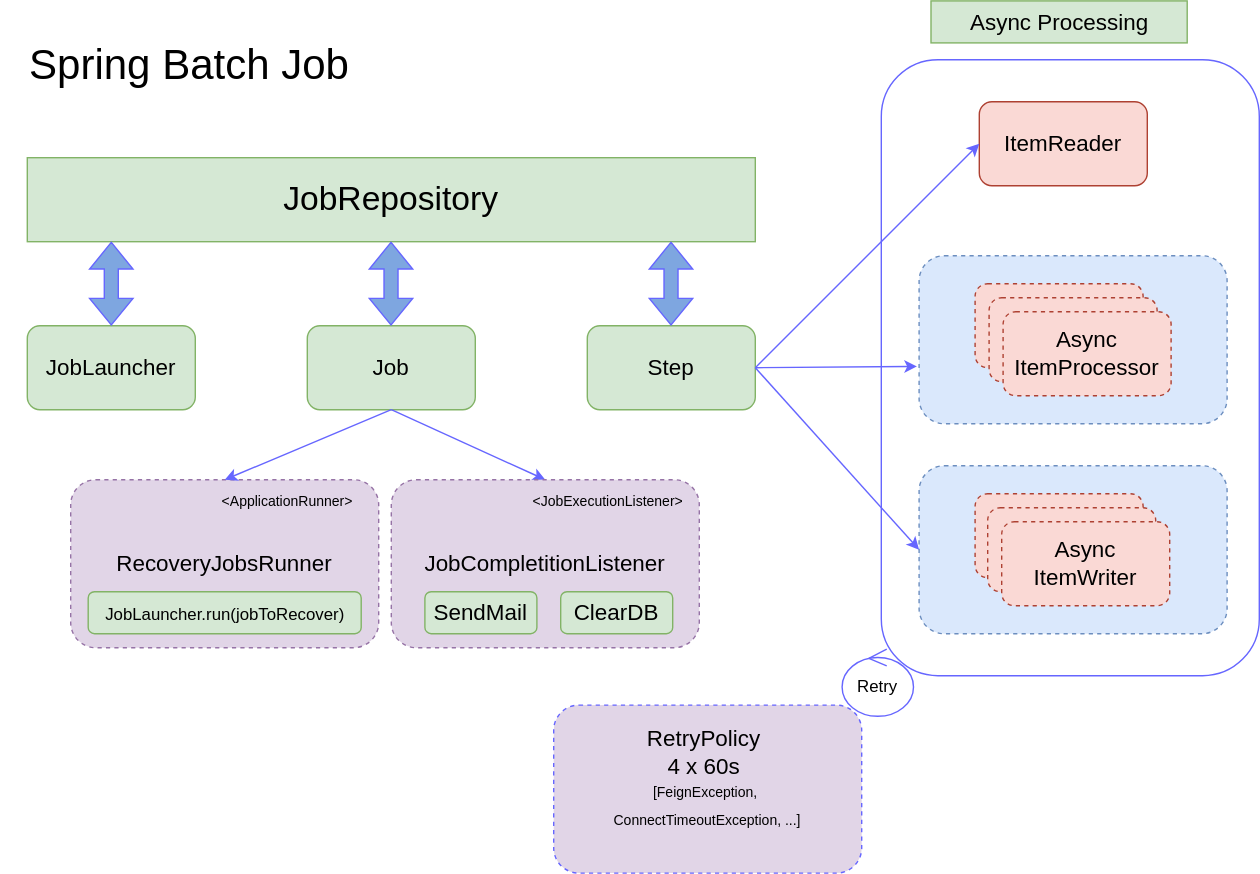
SchweizerischeBundesbahnen/atlas keeps this draw.io diagram as import-service-point/documentation/BatchAsyncProcessing.svg. Above is the earlier version. Source tidied: cells renumbered, new cells last; positions are measured from the earlier drawing's top-left corner, leaving out a move shared by most shapes.
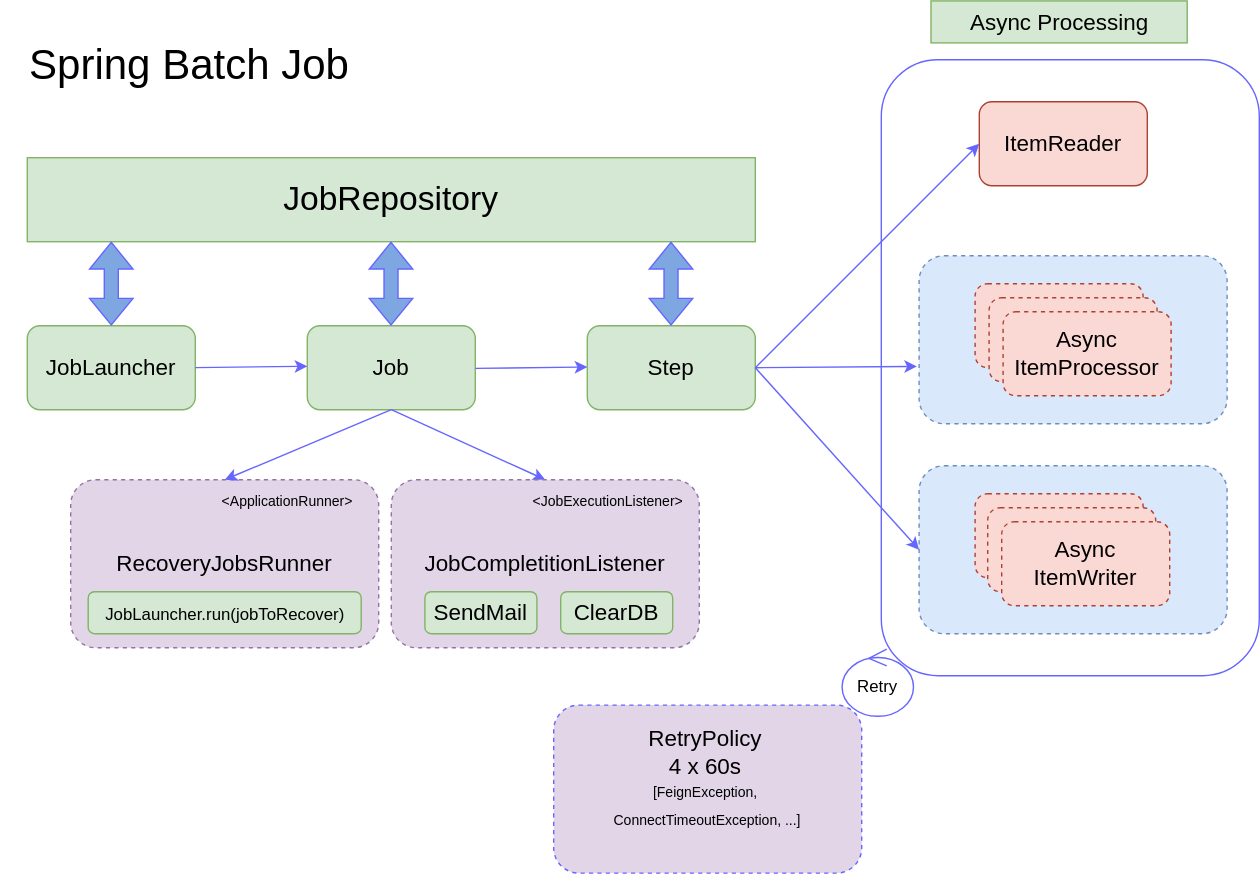
Above is the later version.

The edit, as a diff of the source:
```diff
@@ -118,5 +118,17 @@
     <mxCell id="36" style="endArrow=classic;html=1;rounded=0;exitX=0.5;exitY=1;exitDx=0;exitDy=0;strokeColor=#6666FF;entryX=0.5;entryY=0;entryDx=0;entryDy=0;" parent="1" edge="1" source="5" target="33">
       <mxGeometry relative="1" as="geometry" />
     </mxCell>
+    <mxCell id="37" style="endArrow=classic;html=1;rounded=0;strokeColor=#6666FF;fontSize=16;fillColor=#7EA6E0;exitX=1;exitY=0.5;exitDx=0;exitDy=0;" parent="1" edge="1">
+      <mxGeometry relative="1" as="geometry">
+        <mxPoint x="139" y="261.9" as="sourcePoint" />
+        <mxPoint x="219" y="261" as="targetPoint" />
+      </mxGeometry>
+    </mxCell>
+    <mxCell id="38" style="endArrow=classic;html=1;rounded=0;strokeColor=#6666FF;fontSize=16;fillColor=#7EA6E0;exitX=1;exitY=0.5;exitDx=0;exitDy=0;" parent="1" edge="1">
+      <mxGeometry relative="1" as="geometry">
+        <mxPoint x="339" y="262.5" as="sourcePoint" />
+        <mxPoint x="419" y="261.5" as="targetPoint" />
+      </mxGeometry>
+    </mxCell>
   </root>
 </mxGraphModel>
```
